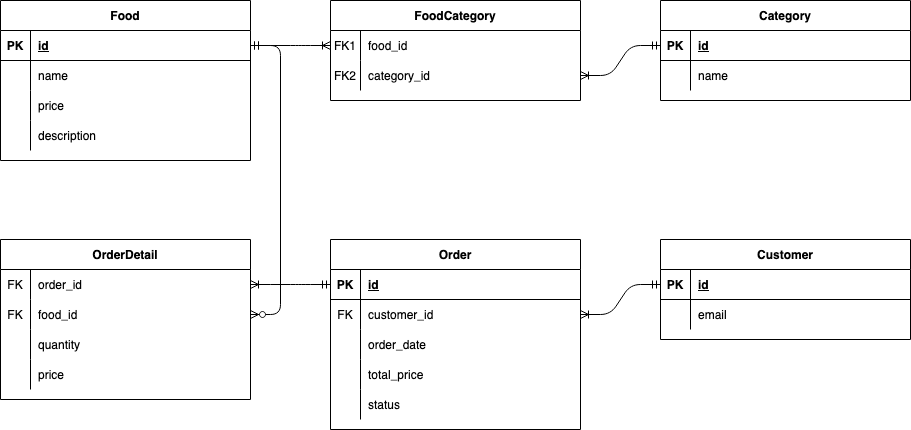
jasonyangmh/gigih-family-catering keeps this draw.io diagram as erd.png. Above is the earlier version. Source tidied: cells renumbered, new cells last; positions are measured from the earlier drawing's top-left corner, leaving out a move shared by most shapes.
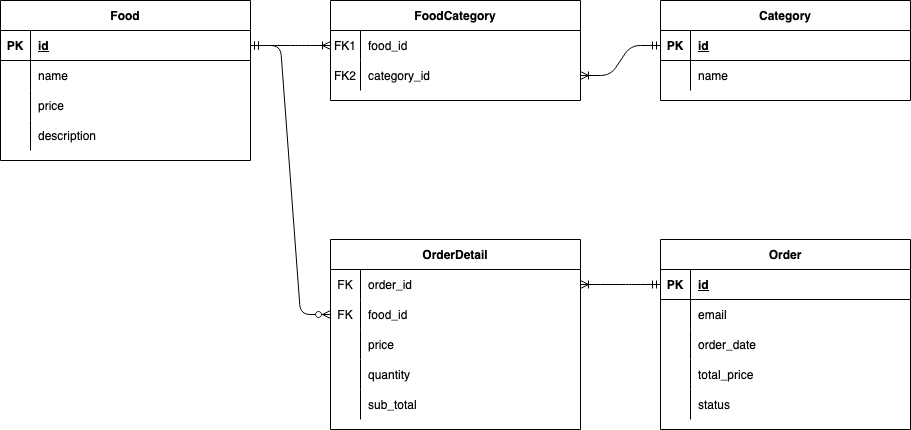
Later version of the same file.

Change to the diagram source:
```diff
@@ -89,29 +89,8 @@
     <mxCell id="30" style="edgeStyle=entityRelationEdgeStyle;fontSize=12;html=1;endArrow=ERmandOne;startArrow=ERoneToMany;rounded=1;endFill=0;startFill=0;" parent="1" edge="1" source="26" target="16">
       <mxGeometry relative="1" as="geometry" />
     </mxCell>
-    <mxCell id="31" value="Customer" style="shape=table;startSize=30;rowLines=0;fontStyle=1;align=center;" parent="1" vertex="1">
-      <mxGeometry x="660" y="239" width="250" height="100" as="geometry" />
-    </mxCell>
-    <mxCell id="32" style="shape=partialRectangle;fillColor=none;points=[[0,0.5],[1,0.5]];portConstraint=eastwest;top=0;left=0;right=0;bottom=1;" parent="31" vertex="1">
-      <mxGeometry y="30" width="250" height="30" as="geometry" />
-    </mxCell>
-    <mxCell id="33" value="PK" style="shape=partialRectangle;overflow=hidden;fillColor=none;top=0;left=0;bottom=0;right=0;fontStyle=1;" parent="32" vertex="1">
-      <mxGeometry width="30" height="30" as="geometry" />
-    </mxCell>
-    <mxCell id="34" value="id" style="shape=partialRectangle;overflow=hidden;fillColor=none;top=0;left=0;bottom=0;right=0;align=left;spacingLeft=6;fontStyle=5;" parent="32" vertex="1">
-      <mxGeometry x="30" width="220" height="30" as="geometry" />
-    </mxCell>
-    <mxCell id="35" style="shape=partialRectangle;fillColor=none;top=0;left=0;right=0;bottom=0;" parent="31" vertex="1">
-      <mxGeometry y="60" width="250" height="30" as="geometry" />
-    </mxCell>
-    <mxCell id="36" style="shape=partialRectangle;overflow=hidden;fillColor=none;top=0;left=0;bottom=0;right=0;" parent="35" vertex="1">
-      <mxGeometry width="30" height="30" as="geometry" />
-    </mxCell>
-    <mxCell id="37" value="email" style="shape=partialRectangle;overflow=hidden;fillColor=none;top=0;left=0;bottom=0;right=0;align=left;spacingLeft=6;" parent="35" vertex="1">
-      <mxGeometry x="30" width="220" height="30" as="geometry" />
-    </mxCell>
     <mxCell id="38" value="Order" style="shape=table;startSize=30;rowLines=0;fontStyle=1;align=center;" parent="1" vertex="1">
-      <mxGeometry x="330" y="239" width="250" height="190" as="geometry" />
+      <mxGeometry x="660" y="239" width="250" height="190" as="geometry" />
     </mxCell>
     <mxCell id="39" style="shape=partialRectangle;fillColor=none;points=[[0,0.5],[1,0.5]];portConstraint=eastwest;top=0;left=0;right=0;bottom=1;" parent="38" vertex="1">
       <mxGeometry y="30" width="250" height="30" as="geometry" />
@@ -125,10 +104,10 @@
     <mxCell id="42" style="shape=partialRectangle;fillColor=none;points=[[0,0.5],[1,0.5]];portConstraint=eastwest;top=0;left=0;right=0;bottom=0;" parent="38" vertex="1">
       <mxGeometry y="60" width="250" height="30" as="geometry" />
     </mxCell>
-    <mxCell id="43" value="FK" style="shape=partialRectangle;overflow=hidden;fillColor=none;top=0;left=0;bottom=0;right=0;" parent="42" vertex="1">
+    <mxCell id="43" style="shape=partialRectangle;overflow=hidden;fillColor=none;top=0;left=0;bottom=0;right=0;" parent="42" vertex="1">
       <mxGeometry width="30" height="30" as="geometry" />
     </mxCell>
-    <mxCell id="44" value="customer_id" style="shape=partialRectangle;overflow=hidden;fillColor=none;top=0;left=0;bottom=0;right=0;align=left;spacingLeft=6;" parent="42" vertex="1">
+    <mxCell id="44" value="email" style="shape=partialRectangle;overflow=hidden;fillColor=none;top=0;left=0;bottom=0;right=0;align=left;spacingLeft=6;" parent="42" vertex="1">
       <mxGeometry x="30" width="220" height="30" as="geometry" />
     </mxCell>
     <mxCell id="45" style="shape=partialRectangle;fillColor=none;top=0;left=0;right=0;bottom=0;" parent="38" vertex="1">
@@ -158,11 +137,8 @@
     <mxCell id="53" value="status" style="shape=partialRectangle;overflow=hidden;fillColor=none;top=0;left=0;bottom=0;right=0;align=left;spacingLeft=6;" parent="51" vertex="1">
       <mxGeometry x="30" width="220" height="30" as="geometry" />
     </mxCell>
-    <mxCell id="54" style="edgeStyle=entityRelationEdgeStyle;fontSize=12;html=1;endArrow=ERmandOne;startArrow=ERoneToMany;rounded=1;endFill=0;startFill=0;" parent="1" edge="1" source="42" target="32">
-      <mxGeometry relative="1" as="geometry" />
-    </mxCell>
     <mxCell id="55" value="OrderDetail" style="shape=table;startSize=30;rowLines=0;fontStyle=1;align=center;" parent="1" vertex="1">
-      <mxGeometry y="239" width="250" height="160" as="geometry" />
+      <mxGeometry x="330" y="239" width="250" height="190" as="geometry" />
     </mxCell>
     <mxCell id="56" style="shape=partialRectangle;fillColor=none;points=[[0,0.5],[1,0.5]];portConstraint=eastwest;top=0;left=0;right=0;bottom=0;" parent="55" vertex="1">
       <mxGeometry y="30" width="250" height="30" as="geometry" />
@@ -182,8 +158,17 @@
     <mxCell id="61" value="food_id" style="shape=partialRectangle;overflow=hidden;fillColor=none;top=0;left=0;bottom=0;right=0;align=left;spacingLeft=6;" parent="59" vertex="1">
       <mxGeometry x="30" width="220" height="30" as="geometry" />
     </mxCell>
+    <mxCell id="70" style="shape=partialRectangle;fillColor=none;top=0;left=0;right=0;bottom=0;" parent="55" vertex="1">
+      <mxGeometry y="90" width="250" height="30" as="geometry" />
+    </mxCell>
+    <mxCell id="36" style="shape=partialRectangle;overflow=hidden;fillColor=none;top=0;left=0;bottom=0;right=0;" parent="70" vertex="1">
+      <mxGeometry width="30" height="30" as="geometry" />
+    </mxCell>
+    <mxCell id="71" value="price" style="shape=partialRectangle;overflow=hidden;fillColor=none;top=0;left=0;bottom=0;right=0;align=left;spacingLeft=6;" parent="70" vertex="1">
+      <mxGeometry x="30" width="220" height="30" as="geometry" />
+    </mxCell>
     <mxCell id="62" style="shape=partialRectangle;fillColor=none;top=0;left=0;right=0;bottom=0;" parent="55" vertex="1">
-      <mxGeometry y="90" width="250" height="30" as="geometry" />
+      <mxGeometry y="120" width="250" height="30" as="geometry" />
     </mxCell>
     <mxCell id="63" style="shape=partialRectangle;overflow=hidden;fillColor=none;top=0;left=0;bottom=0;right=0;" parent="62" vertex="1">
       <mxGeometry width="30" height="30" as="geometry" />
@@ -192,12 +177,12 @@
       <mxGeometry x="30" width="220" height="30" as="geometry" />
     </mxCell>
     <mxCell id="65" style="shape=partialRectangle;fillColor=none;top=0;left=0;right=0;bottom=0;" parent="55" vertex="1">
-      <mxGeometry y="120" width="250" height="30" as="geometry" />
+      <mxGeometry y="150" width="250" height="30" as="geometry" />
     </mxCell>
     <mxCell id="66" style="shape=partialRectangle;overflow=hidden;fillColor=none;top=0;left=0;bottom=0;right=0;" parent="65" vertex="1">
       <mxGeometry width="30" height="30" as="geometry" />
     </mxCell>
-    <mxCell id="67" value="price" style="shape=partialRectangle;overflow=hidden;fillColor=none;top=0;left=0;bottom=0;right=0;align=left;spacingLeft=6;" parent="65" vertex="1">
+    <mxCell id="67" value="sub_total" style="shape=partialRectangle;overflow=hidden;fillColor=none;top=0;left=0;bottom=0;right=0;align=left;spacingLeft=6;" parent="65" vertex="1">
       <mxGeometry x="30" width="220" height="30" as="geometry" />
     </mxCell>
     <mxCell id="68" style="edgeStyle=entityRelationEdgeStyle;fontSize=12;html=1;endArrow=ERmandOne;startArrow=ERoneToMany;rounded=1;endFill=0;startFill=0;" parent="1" edge="1" source="56" target="39">
```
